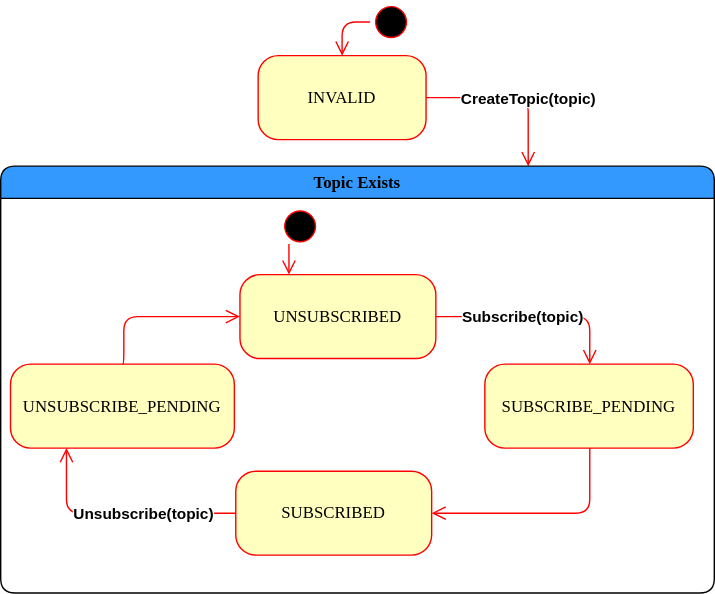
Above: up-l3/usubscription/v3/subscription_sm.drawio.svg in eclipse-uprotocol/up-spec (draw.io), before the change. Source tidied: cells renumbered, new cells last; positions are measured from the earlier drawing's top-left corner, leaving out a move shared by most shapes. Source of this version:
```xml
<mxGraphModel background="#ffffff">
  <root>
    <mxCell id="0" />
    <mxCell id="1" parent="0" />
    <mxCell id="2" style="ellipse;html=1;shape=startState;fillColor=#000000;strokeColor=#ff0000;rounded=1;shadow=0;comic=0;labelBackgroundColor=none;fontFamily=Verdana;fontSize=12;fontColor=#000000;align=center;direction=south;" parent="1" vertex="1">
      <mxGeometry x="264" width="30" height="30" as="geometry" />
    </mxCell>
    <mxCell id="3" value="INVALID" style="rounded=1;whiteSpace=wrap;html=1;arcSize=24;fillColor=#ffffc0;strokeColor=#ff0000;shadow=0;comic=0;labelBackgroundColor=none;fontFamily=Verdana;fontSize=12;fontColor=#000000;align=center;" parent="1" vertex="1">
      <mxGeometry x="184" y="39" width="120" height="60" as="geometry" />
    </mxCell>
    <mxCell id="4" style="edgeStyle=orthogonalEdgeStyle;html=1;exitX=1;exitY=0.5;labelBackgroundColor=none;endArrow=open;endSize=8;strokeColor=#ff0000;fontFamily=Verdana;fontSize=12;align=left;exitDx=0;exitDy=0;fontStyle=1;" parent="1" edge="1" source="3" target="6">
      <mxGeometry relative="1" as="geometry">
        <Array as="points">
          <mxPoint x="377" y="69" />
        </Array>
      </mxGeometry>
    </mxCell>
    <mxCell id="5" value="CreateTopic(topic)" style="edgeLabel;html=1;align=center;verticalAlign=middle;fontStyle=1;labelBackgroundColor=#FFFFFF;fontColor=#000000;" parent="4" vertex="1">
      <mxGeometry x="0.18" relative="1" as="geometry" />
    </mxCell>
    <mxCell id="6" value="Topic Exists" style="swimlane;whiteSpace=wrap;html=1;rounded=1;shadow=0;comic=0;labelBackgroundColor=none;strokeWidth=1;fontFamily=Verdana;fontSize=12;align=center;fillColor=#3399FF;strokeColor=#000000;" parent="1" vertex="1">
      <mxGeometry y="118" width="510" height="305" as="geometry" />
    </mxCell>
    <mxCell id="7" value="UNSUBSCRIBED" style="rounded=1;whiteSpace=wrap;html=1;arcSize=24;fillColor=#ffffc0;strokeColor=#ff0000;shadow=0;comic=0;labelBackgroundColor=none;fontFamily=Verdana;fontSize=12;fontColor=#000000;align=center;" parent="6" vertex="1">
      <mxGeometry x="171" y="77.5" width="140" height="60" as="geometry" />
    </mxCell>
    <mxCell id="8" style="edgeStyle=elbowEdgeStyle;html=1;labelBackgroundColor=none;endArrow=open;endSize=8;strokeColor=#ff0000;fontFamily=Verdana;fontSize=12;align=left;entryX=0.25;entryY=0;entryDx=0;entryDy=0;" parent="6" edge="1" source="9" target="7">
      <mxGeometry relative="1" as="geometry" />
    </mxCell>
    <mxCell id="9" style="ellipse;html=1;shape=startState;fillColor=#000000;strokeColor=#ff0000;rounded=1;shadow=0;comic=0;labelBackgroundColor=none;fontFamily=Verdana;fontSize=12;fontColor=#000000;align=center;direction=south;" parent="6" vertex="1">
      <mxGeometry x="199" y="28" width="30" height="30" as="geometry" />
    </mxCell>
    <mxCell id="10" value="SUBSCRIBE_PENDING" style="rounded=1;whiteSpace=wrap;html=1;arcSize=24;fillColor=#ffffc0;strokeColor=#ff0000;shadow=0;comic=0;labelBackgroundColor=none;fontFamily=Verdana;fontSize=12;fontColor=#000000;align=center;" parent="6" vertex="1">
      <mxGeometry x="346" y="141.5" width="149" height="60" as="geometry" />
    </mxCell>
    <mxCell id="11" value="UNSUBSCRIBE_PENDING" style="rounded=1;whiteSpace=wrap;html=1;arcSize=24;fillColor=#ffffc0;strokeColor=#ff0000;shadow=0;comic=0;labelBackgroundColor=none;fontFamily=Verdana;fontSize=12;fontColor=#000000;align=center;" parent="6" vertex="1">
      <mxGeometry x="7" y="141.5" width="160" height="60" as="geometry" />
    </mxCell>
    <mxCell id="12" style="edgeStyle=elbowEdgeStyle;html=1;labelBackgroundColor=none;endArrow=open;endSize=8;strokeColor=#ff0000;fontFamily=Verdana;fontSize=12;align=left;exitX=0.5;exitY=0;exitDx=0;exitDy=0;" parent="6" edge="1" source="11" target="7">
      <mxGeometry relative="1" as="geometry">
        <Array as="points">
          <mxPoint x="88" y="143" />
        </Array>
      </mxGeometry>
    </mxCell>
    <mxCell id="13" value="SUBSCRIBED" style="rounded=1;whiteSpace=wrap;html=1;arcSize=24;fillColor=#ffffc0;strokeColor=#ff0000;shadow=0;comic=0;labelBackgroundColor=none;fontFamily=Verdana;fontSize=12;fontColor=#000000;align=center;" parent="6" vertex="1">
      <mxGeometry x="168" y="218" width="140" height="60" as="geometry" />
    </mxCell>
    <mxCell id="14" style="edgeStyle=elbowEdgeStyle;html=1;labelBackgroundColor=none;endArrow=open;endSize=8;strokeColor=#ff0000;fontFamily=Verdana;fontSize=12;align=left;exitX=0;exitY=0.5;exitDx=0;exitDy=0;entryX=0.25;entryY=1;entryDx=0;entryDy=0;" parent="6" edge="1" source="13" target="11">
      <mxGeometry relative="1" as="geometry">
        <Array as="points">
          <mxPoint x="47" y="233" />
        </Array>
      </mxGeometry>
    </mxCell>
    <mxCell id="15" value="Unsubscribe(topic)" style="edgeLabel;html=1;align=center;verticalAlign=middle;fontStyle=1;labelBackgroundColor=#FFFFFF;fontColor=#000000;" parent="14" vertex="1">
      <mxGeometry x="-0.19" relative="1" as="geometry" />
    </mxCell>
    <mxCell id="16" style="edgeStyle=elbowEdgeStyle;html=1;labelBackgroundColor=none;endArrow=open;endSize=8;strokeColor=#ff0000;fontFamily=Verdana;fontSize=12;align=left;exitX=1;exitY=0.5;exitDx=0;exitDy=0;entryX=0.5;entryY=0;entryDx=0;entryDy=0;" parent="6" edge="1" source="7" target="10">
      <mxGeometry relative="1" as="geometry">
        <Array as="points">
          <mxPoint x="421" y="133" />
        </Array>
      </mxGeometry>
    </mxCell>
    <mxCell id="17" value="Subscribe(topic)" style="edgeLabel;html=1;align=center;verticalAlign=middle;fontStyle=1;labelBackgroundColor=#FFFFFF;fontColor=#000000;" parent="16" vertex="1">
      <mxGeometry x="-0.19" relative="1" as="geometry">
        <mxPoint x="3" as="offset" />
      </mxGeometry>
    </mxCell>
    <mxCell id="18" style="edgeStyle=elbowEdgeStyle;html=1;labelBackgroundColor=none;endArrow=open;endSize=8;strokeColor=#ff0000;fontFamily=Verdana;fontSize=12;align=left;" parent="6" edge="1" source="10" target="13">
      <mxGeometry relative="1" as="geometry">
        <Array as="points">
          <mxPoint x="421" y="214" />
        </Array>
      </mxGeometry>
    </mxCell>
    <mxCell id="19" style="edgeStyle=orthogonalEdgeStyle;html=1;labelBackgroundColor=none;endArrow=open;endSize=8;strokeColor=#ff0000;fontFamily=Verdana;fontSize=12;align=left;exitX=0.5;exitY=1;exitDx=0;exitDy=0;" parent="1" edge="1" source="2" target="3">
      <mxGeometry relative="1" as="geometry" />
    </mxCell>
  </root>
</mxGraphModel>
```
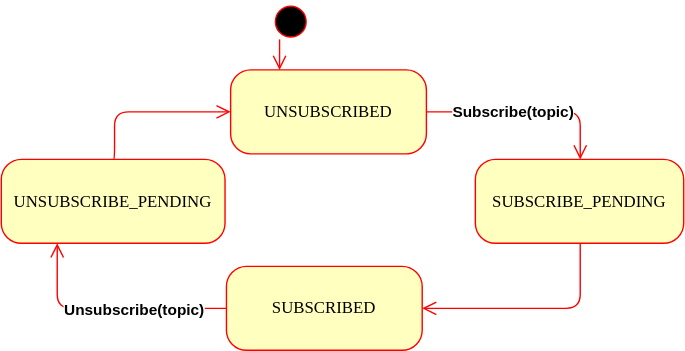
After the commit.

Commit message:
Remove USubscription CreateTopic() and DeprecateTopic() APIs

Diff of the diagram source:
```diff
@@ -2,81 +2,59 @@
   <root>
     <mxCell id="0" />
     <mxCell id="1" parent="0" />
-    <mxCell id="2" style="ellipse;html=1;shape=startState;fillColor=#000000;strokeColor=#ff0000;rounded=1;shadow=0;comic=0;labelBackgroundColor=none;fontFamily=Verdana;fontSize=12;fontColor=#000000;align=center;direction=south;" parent="1" vertex="1">
-      <mxGeometry x="264" width="30" height="30" as="geometry" />
-    </mxCell>
-    <mxCell id="3" value="INVALID" style="rounded=1;whiteSpace=wrap;html=1;arcSize=24;fillColor=#ffffc0;strokeColor=#ff0000;shadow=0;comic=0;labelBackgroundColor=none;fontFamily=Verdana;fontSize=12;fontColor=#000000;align=center;" parent="1" vertex="1">
-      <mxGeometry x="184" y="39" width="120" height="60" as="geometry" />
-    </mxCell>
-    <mxCell id="4" style="edgeStyle=orthogonalEdgeStyle;html=1;exitX=1;exitY=0.5;labelBackgroundColor=none;endArrow=open;endSize=8;strokeColor=#ff0000;fontFamily=Verdana;fontSize=12;align=left;exitDx=0;exitDy=0;fontStyle=1;" parent="1" edge="1" source="3" target="6">
-      <mxGeometry relative="1" as="geometry">
-        <Array as="points">
-          <mxPoint x="377" y="69" />
-        </Array>
-      </mxGeometry>
-    </mxCell>
-    <mxCell id="5" value="CreateTopic(topic)" style="edgeLabel;html=1;align=center;verticalAlign=middle;fontStyle=1;labelBackgroundColor=#FFFFFF;fontColor=#000000;" parent="4" vertex="1">
-      <mxGeometry x="0.18" relative="1" as="geometry" />
-    </mxCell>
-    <mxCell id="6" value="Topic Exists" style="swimlane;whiteSpace=wrap;html=1;rounded=1;shadow=0;comic=0;labelBackgroundColor=none;strokeWidth=1;fontFamily=Verdana;fontSize=12;align=center;fillColor=#3399FF;strokeColor=#000000;" parent="1" vertex="1">
-      <mxGeometry y="118" width="510" height="305" as="geometry" />
-    </mxCell>
-    <mxCell id="7" value="UNSUBSCRIBED" style="rounded=1;whiteSpace=wrap;html=1;arcSize=24;fillColor=#ffffc0;strokeColor=#ff0000;shadow=0;comic=0;labelBackgroundColor=none;fontFamily=Verdana;fontSize=12;fontColor=#000000;align=center;" parent="6" vertex="1">
-      <mxGeometry x="171" y="77.5" width="140" height="60" as="geometry" />
-    </mxCell>
-    <mxCell id="8" style="edgeStyle=elbowEdgeStyle;html=1;labelBackgroundColor=none;endArrow=open;endSize=8;strokeColor=#ff0000;fontFamily=Verdana;fontSize=12;align=left;entryX=0.25;entryY=0;entryDx=0;entryDy=0;" parent="6" edge="1" source="9" target="7">
-      <mxGeometry relative="1" as="geometry" />
-    </mxCell>
-    <mxCell id="9" style="ellipse;html=1;shape=startState;fillColor=#000000;strokeColor=#ff0000;rounded=1;shadow=0;comic=0;labelBackgroundColor=none;fontFamily=Verdana;fontSize=12;fontColor=#000000;align=center;direction=south;" parent="6" vertex="1">
-      <mxGeometry x="199" y="28" width="30" height="30" as="geometry" />
-    </mxCell>
+    <mxCell id="19" value="UNSUBSCRIBED" style="rounded=1;whiteSpace=wrap;html=1;arcSize=24;fillColor=#ffffc0;strokeColor=#ff0000;shadow=0;comic=0;labelBackgroundColor=none;fontFamily=Verdana;fontSize=12;fontColor=#000000;align=center;" parent="1" vertex="1">
+      <mxGeometry x="171" y="195.5" width="140" height="60" as="geometry" />
+    </mxCell>
+    <mxCell id="20" style="edgeStyle=elbowEdgeStyle;html=1;labelBackgroundColor=none;endArrow=open;endSize=8;strokeColor=#ff0000;fontFamily=Verdana;fontSize=12;align=left;entryX=0.25;entryY=0;entryDx=0;entryDy=0;" parent="1" edge="1" source="21" target="19">
+      <mxGeometry relative="1" as="geometry" />
+    </mxCell>
+    <mxCell id="21" style="ellipse;html=1;shape=startState;fillColor=#000000;strokeColor=#ff0000;rounded=1;shadow=0;comic=0;labelBackgroundColor=none;fontFamily=Verdana;fontSize=12;fontColor=#000000;align=center;direction=south;" parent="1" vertex="1">
+      <mxGeometry x="199" y="146" width="30" height="30" as="geometry" />
+    </mxCell>
-    <mxCell id="10" value="SUBSCRIBE_PENDING" style="rounded=1;whiteSpace=wrap;html=1;arcSize=24;fillColor=#ffffc0;strokeColor=#ff0000;shadow=0;comic=0;labelBackgroundColor=none;fontFamily=Verdana;fontSize=12;fontColor=#000000;align=center;" parent="6" vertex="1">
-      <mxGeometry x="346" y="141.5" width="149" height="60" as="geometry" />
+    <mxCell id="10" value="SUBSCRIBE_PENDING" style="rounded=1;whiteSpace=wrap;html=1;arcSize=24;fillColor=#ffffc0;strokeColor=#ff0000;shadow=0;comic=0;labelBackgroundColor=none;fontFamily=Verdana;fontSize=12;fontColor=#000000;align=center;" parent="1" vertex="1">
+      <mxGeometry x="346" y="259.5" width="149" height="60" as="geometry" />
     </mxCell>
-    <mxCell id="11" value="UNSUBSCRIBE_PENDING" style="rounded=1;whiteSpace=wrap;html=1;arcSize=24;fillColor=#ffffc0;strokeColor=#ff0000;shadow=0;comic=0;labelBackgroundColor=none;fontFamily=Verdana;fontSize=12;fontColor=#000000;align=center;" parent="6" vertex="1">
-      <mxGeometry x="7" y="141.5" width="160" height="60" as="geometry" />
+    <mxCell id="11" value="UNSUBSCRIBE_PENDING" style="rounded=1;whiteSpace=wrap;html=1;arcSize=24;fillColor=#ffffc0;strokeColor=#ff0000;shadow=0;comic=0;labelBackgroundColor=none;fontFamily=Verdana;fontSize=12;fontColor=#000000;align=center;" parent="1" vertex="1">
+      <mxGeometry x="7" y="259.5" width="160" height="60" as="geometry" />
     </mxCell>
-    <mxCell id="12" style="edgeStyle=elbowEdgeStyle;html=1;labelBackgroundColor=none;endArrow=open;endSize=8;strokeColor=#ff0000;fontFamily=Verdana;fontSize=12;align=left;exitX=0.5;exitY=0;exitDx=0;exitDy=0;" parent="6" edge="1" source="11" target="7">
-      <mxGeometry relative="1" as="geometry">
-        <Array as="points">
-          <mxPoint x="88" y="143" />
-        </Array>
-      </mxGeometry>
-    </mxCell>
+    <mxCell id="22" style="edgeStyle=elbowEdgeStyle;html=1;labelBackgroundColor=none;endArrow=open;endSize=8;strokeColor=#ff0000;fontFamily=Verdana;fontSize=12;align=left;exitX=0.5;exitY=0;exitDx=0;exitDy=0;" parent="1" edge="1" source="11" target="19">
+      <mxGeometry relative="1" as="geometry">
+        <Array as="points">
+          <mxPoint x="88" y="261" />
+        </Array>
+      </mxGeometry>
+    </mxCell>
-    <mxCell id="13" value="SUBSCRIBED" style="rounded=1;whiteSpace=wrap;html=1;arcSize=24;fillColor=#ffffc0;strokeColor=#ff0000;shadow=0;comic=0;labelBackgroundColor=none;fontFamily=Verdana;fontSize=12;fontColor=#000000;align=center;" parent="6" vertex="1">
-      <mxGeometry x="168" y="218" width="140" height="60" as="geometry" />
+    <mxCell id="13" value="SUBSCRIBED" style="rounded=1;whiteSpace=wrap;html=1;arcSize=24;fillColor=#ffffc0;strokeColor=#ff0000;shadow=0;comic=0;labelBackgroundColor=none;fontFamily=Verdana;fontSize=12;fontColor=#000000;align=center;" parent="1" vertex="1">
+      <mxGeometry x="168" y="336" width="140" height="60" as="geometry" />
     </mxCell>
-    <mxCell id="14" style="edgeStyle=elbowEdgeStyle;html=1;labelBackgroundColor=none;endArrow=open;endSize=8;strokeColor=#ff0000;fontFamily=Verdana;fontSize=12;align=left;exitX=0;exitY=0.5;exitDx=0;exitDy=0;entryX=0.25;entryY=1;entryDx=0;entryDy=0;" parent="6" edge="1" source="13" target="11">
+    <mxCell id="14" style="edgeStyle=elbowEdgeStyle;html=1;labelBackgroundColor=none;endArrow=open;endSize=8;strokeColor=#ff0000;fontFamily=Verdana;fontSize=12;align=left;exitX=0;exitY=0.5;exitDx=0;exitDy=0;entryX=0.25;entryY=1;entryDx=0;entryDy=0;" parent="1" edge="1" source="13" target="11">
       <mxGeometry relative="1" as="geometry">
         <Array as="points">
-          <mxPoint x="47" y="233" />
+          <mxPoint x="47" y="351" />
         </Array>
       </mxGeometry>
     </mxCell>
     <mxCell id="15" value="Unsubscribe(topic)" style="edgeLabel;html=1;align=center;verticalAlign=middle;fontStyle=1;labelBackgroundColor=#FFFFFF;fontColor=#000000;" parent="14" vertex="1">
       <mxGeometry x="-0.19" relative="1" as="geometry" />
     </mxCell>
-    <mxCell id="16" style="edgeStyle=elbowEdgeStyle;html=1;labelBackgroundColor=none;endArrow=open;endSize=8;strokeColor=#ff0000;fontFamily=Verdana;fontSize=12;align=left;exitX=1;exitY=0.5;exitDx=0;exitDy=0;entryX=0.5;entryY=0;entryDx=0;entryDy=0;" parent="6" edge="1" source="7" target="10">
-      <mxGeometry relative="1" as="geometry">
-        <Array as="points">
-          <mxPoint x="421" y="133" />
-        </Array>
-      </mxGeometry>
-    </mxCell>
+    <mxCell id="23" style="edgeStyle=elbowEdgeStyle;html=1;labelBackgroundColor=none;endArrow=open;endSize=8;strokeColor=#ff0000;fontFamily=Verdana;fontSize=12;align=left;exitX=1;exitY=0.5;exitDx=0;exitDy=0;entryX=0.5;entryY=0;entryDx=0;entryDy=0;" parent="1" edge="1" source="19" target="10">
+      <mxGeometry relative="1" as="geometry">
+        <Array as="points">
+          <mxPoint x="421" y="251" />
+        </Array>
+      </mxGeometry>
+    </mxCell>
-    <mxCell id="17" value="Subscribe(topic)" style="edgeLabel;html=1;align=center;verticalAlign=middle;fontStyle=1;labelBackgroundColor=#FFFFFF;fontColor=#000000;" parent="16" vertex="1">
+    <mxCell id="17" value="Subscribe(topic)" style="edgeLabel;html=1;align=center;verticalAlign=middle;fontStyle=1;labelBackgroundColor=#FFFFFF;fontColor=#000000;" parent="23" vertex="1">
       <mxGeometry x="-0.19" relative="1" as="geometry">
         <mxPoint x="3" as="offset" />
       </mxGeometry>
     </mxCell>
-    <mxCell id="18" style="edgeStyle=elbowEdgeStyle;html=1;labelBackgroundColor=none;endArrow=open;endSize=8;strokeColor=#ff0000;fontFamily=Verdana;fontSize=12;align=left;" parent="6" edge="1" source="10" target="13">
+    <mxCell id="18" style="edgeStyle=elbowEdgeStyle;html=1;labelBackgroundColor=none;endArrow=open;endSize=8;strokeColor=#ff0000;fontFamily=Verdana;fontSize=12;align=left;" parent="1" edge="1" source="10" target="13">
       <mxGeometry relative="1" as="geometry">
         <Array as="points">
-          <mxPoint x="421" y="214" />
+          <mxPoint x="421" y="332" />
         </Array>
       </mxGeometry>
     </mxCell>
-    <mxCell id="19" style="edgeStyle=orthogonalEdgeStyle;html=1;labelBackgroundColor=none;endArrow=open;endSize=8;strokeColor=#ff0000;fontFamily=Verdana;fontSize=12;align=left;exitX=0.5;exitY=1;exitDx=0;exitDy=0;" parent="1" edge="1" source="2" target="3">
-      <mxGeometry relative="1" as="geometry" />
-    </mxCell>
   </root>
 </mxGraphModel>
```
